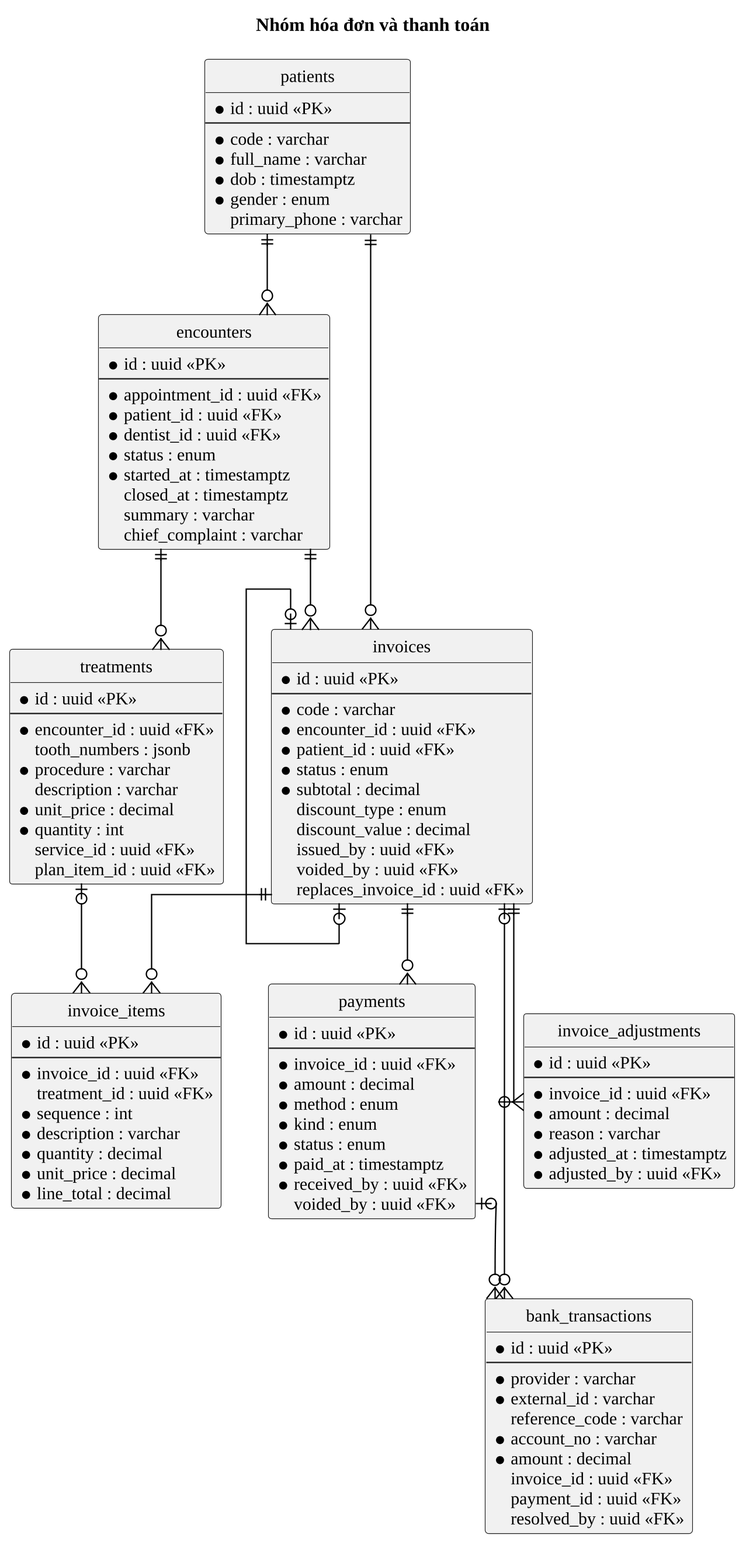
This is docs/10_Thesis/bao-cao/hinh/3-4-erd-hoa-don.png from Trantuan0310/dental-clinic-nestjs-react, a PlantUML export, as it was before one commit.
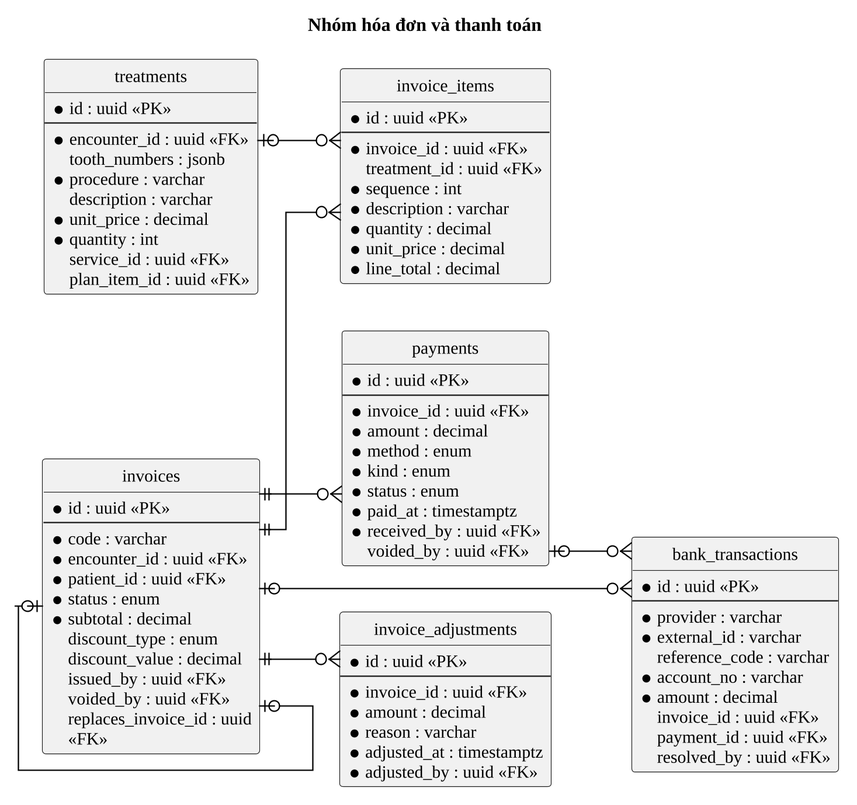
The same file after the commit.

Diff of the diagram source:
```diff
@@ -2,30 +2,10 @@
 !include _kieu.iuml
 hide circle
 skinparam linetype ortho
+left to right direction
 skinparam defaultFontSize 13
 title Nhóm hóa đơn và thanh toán
 
-entity "patients" as Patient {
-  * id : uuid <<PK>>
-  --
-  * code : varchar
-  * full_name : varchar
-  * dob : timestamptz
-  * gender : enum
-  primary_phone : varchar
-}
-entity "encounters" as Encounter {
-  * id : uuid <<PK>>
-  --
-  * appointment_id : uuid <<FK>>
-  * patient_id : uuid <<FK>>
-  * dentist_id : uuid <<FK>>
-  * status : enum
-  * started_at : timestamptz
-  closed_at : timestamptz
-  summary : varchar
-  chief_complaint : varchar
-}
 entity "invoices" as Invoice {
   * id : uuid <<PK>>
   --
@@ -97,15 +77,11 @@
   plan_item_id : uuid <<FK>>
 }
 
-Patient ||--o{ Encounter
-Encounter ||--o{ Invoice
 Invoice |o--o| Invoice
-Patient ||--o{ Invoice
 Invoice ||--o{ InvoiceItem
 Treatment |o--o{ InvoiceItem
 Invoice ||--o{ Payment
 Invoice ||--o{ InvoiceAdjustment
 Invoice |o--o{ BankTransaction
 Payment |o--o{ BankTransaction
-Encounter ||--o{ Treatment
 @enduml
```
